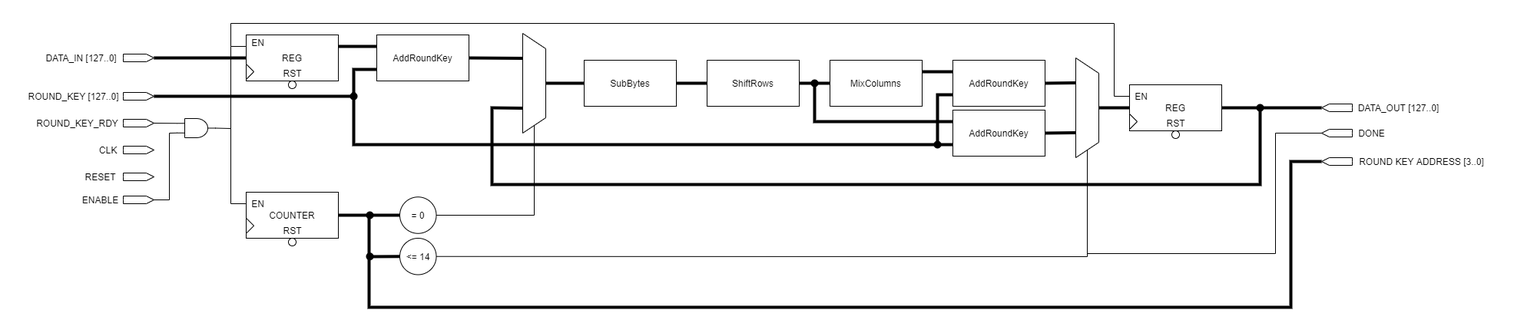
Earlier version of the draw.io export Diagrams/AES_encrypt.png (hohaicongthuan/Project-1). Source tidied: cells renumbered, new cells last; positions are measured from the earlier drawing's top-left corner, leaving out a move shared by most shapes.
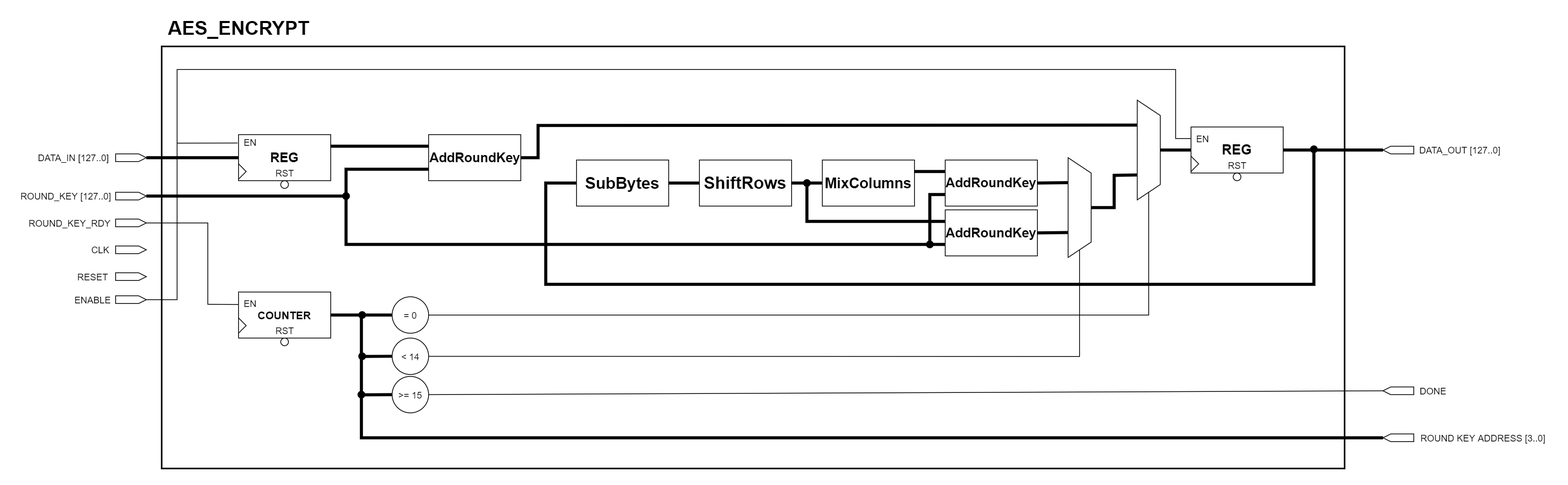
Later version of the same file.

The edit, as a diff of the source:
```diff
@@ -2,6 +2,9 @@
   <root>
     <mxCell id="0" />
     <mxCell id="1" parent="0" />
+    <mxCell id="79" style="rounded=0;whiteSpace=wrap;html=1;strokeWidth=2;fillColor=none;" parent="1" vertex="1">
+      <mxGeometry x="190" y="-100" width="1540" height="550" as="geometry" />
+    </mxCell>
     <mxCell id="2" style="shape=mxgraph.arrows2.arrow;verticalLabelPosition=bottom;shadow=0;dashed=0;align=center;html=1;verticalAlign=top;strokeWidth=1;dy=0;dx=10;notch=0;" parent="1" vertex="1">
       <mxGeometry x="130" y="40" width="40" height="10" as="geometry" />
     </mxCell>
@@ -20,23 +23,23 @@
     <mxCell id="7" value="CLK" style="text;html=1;align=center;verticalAlign=middle;strokeColor=none;" parent="1" vertex="1">
       <mxGeometry x="90" y="155" width="40" height="20" as="geometry" />
     </mxCell>
-    <mxCell id="8" value="AddRoundKey" style="rounded=0;whiteSpace=wrap;html=1;" parent="1" vertex="1">
-      <mxGeometry x="460" y="15" width="120" height="60" as="geometry" />
+    <mxCell id="8" value="&lt;font size=&quot;1&quot;&gt;&lt;b style=&quot;font-size: 17px&quot;&gt;AddRoundKey&lt;/b&gt;&lt;/font&gt;" style="rounded=0;whiteSpace=wrap;html=1;" parent="1" vertex="1">
+      <mxGeometry x="537.5" y="15" width="120" height="60" as="geometry" />
     </mxCell>
-    <mxCell id="9" value="SubBytes" style="rounded=0;whiteSpace=wrap;html=1;" parent="1" vertex="1">
+    <mxCell id="9" value="&lt;font size=&quot;1&quot;&gt;&lt;b style=&quot;font-size: 21px&quot;&gt;SubBytes&lt;/b&gt;&lt;/font&gt;" style="rounded=0;whiteSpace=wrap;html=1;" parent="1" vertex="1">
       <mxGeometry x="730" y="48" width="120" height="60" as="geometry" />
     </mxCell>
-    <mxCell id="10" value="ShiftRows" style="rounded=0;whiteSpace=wrap;html=1;" parent="1" vertex="1">
+    <mxCell id="10" value="&lt;font style=&quot;font-size: 22px&quot;&gt;&lt;b&gt;ShiftRows&lt;/b&gt;&lt;/font&gt;" style="rounded=0;whiteSpace=wrap;html=1;" parent="1" vertex="1">
       <mxGeometry x="890" y="48" width="120" height="60" as="geometry" />
     </mxCell>
-    <mxCell id="11" value="MixColumns" style="rounded=0;whiteSpace=wrap;html=1;" parent="1" vertex="1">
+    <mxCell id="11" value="&lt;font size=&quot;1&quot;&gt;&lt;b style=&quot;font-size: 19px&quot;&gt;MixColumns&lt;/b&gt;&lt;/font&gt;" style="rounded=0;whiteSpace=wrap;html=1;" parent="1" vertex="1">
       <mxGeometry x="1050" y="48" width="120" height="60" as="geometry" />
     </mxCell>
-    <mxCell id="12" value="AddRoundKey" style="rounded=0;whiteSpace=wrap;html=1;" parent="1" vertex="1">
+    <mxCell id="12" value="&lt;font style=&quot;font-size: 17px&quot;&gt;&lt;b&gt;AddRoundKey&lt;/b&gt;&lt;/font&gt;" style="rounded=0;whiteSpace=wrap;html=1;" parent="1" vertex="1">
       <mxGeometry x="1210" y="48" width="120" height="60" as="geometry" />
     </mxCell>
-    <mxCell id="13" value="REG" style="rounded=0;whiteSpace=wrap;html=1;" parent="1" vertex="1">
-      <mxGeometry x="1440" y="80" width="120" height="60" as="geometry" />
+    <mxCell id="13" value="&lt;font style=&quot;font-size: 18px&quot;&gt;&lt;b&gt;REG&lt;/b&gt;&lt;/font&gt;" style="rounded=0;whiteSpace=wrap;html=1;" parent="1" vertex="1">
+      <mxGeometry x="1530" y="5" width="120" height="60" as="geometry" />
     </mxCell>
     <mxCell id="14" style="shape=mxgraph.arrows2.arrow;verticalLabelPosition=bottom;shadow=0;dashed=0;align=center;html=1;verticalAlign=top;strokeWidth=1;dy=0;dx=10;notch=0;" parent="1" vertex="1">
       <mxGeometry x="130" y="125" width="40" height="10" as="geometry" />
@@ -56,21 +59,15 @@
     <mxCell id="19" style="shape=mxgraph.arrows2.arrow;verticalLabelPosition=bottom;shadow=0;dashed=0;align=center;html=1;verticalAlign=top;strokeWidth=1;dy=0;dx=10;notch=0;" parent="1" vertex="1">
       <mxGeometry x="130" y="225" width="40" height="10" as="geometry" />
     </mxCell>
-    <mxCell id="20" value="REG" style="rounded=0;whiteSpace=wrap;html=1;" parent="1" vertex="1">
+    <mxCell id="20" value="&lt;font size=&quot;1&quot;&gt;&lt;b style=&quot;font-size: 17px&quot;&gt;REG&lt;/b&gt;&lt;/font&gt;" style="rounded=0;whiteSpace=wrap;html=1;" parent="1" vertex="1">
       <mxGeometry x="290" y="15" width="120" height="60" as="geometry" />
     </mxCell>
     <mxCell id="21" style="endArrow=none;html=1;exitX=1;exitY=0.25;exitDx=0;exitDy=0;entryX=0;entryY=0.25;entryDx=0;entryDy=0;strokeWidth=4;" parent="1" edge="1" source="20" target="8">
       <mxGeometry relative="1" as="geometry" />
     </mxCell>
     <mxCell id="22" style="shape=trapezoid;perimeter=trapezoidPerimeter;whiteSpace=wrap;html=1;fixedSize=1;direction=south;" parent="1" vertex="1">
-      <mxGeometry x="650" y="13" width="30" height="130" as="geometry" />
+      <mxGeometry x="1460" y="-30" width="30" height="130" as="geometry" />
     </mxCell>
-    <mxCell id="23" style="endArrow=none;html=1;strokeWidth=4;exitX=1;exitY=0.5;exitDx=0;exitDy=0;entryX=0.25;entryY=1;entryDx=0;entryDy=0;" parent="1" edge="1" source="8" target="22">
-      <mxGeometry relative="1" as="geometry" />
-    </mxCell>
-    <mxCell id="24" style="endArrow=none;html=1;strokeWidth=4;exitX=0.5;exitY=0;exitDx=0;exitDy=0;entryX=0;entryY=0.5;entryDx=0;entryDy=0;" parent="1" edge="1" source="22" target="9">
-      <mxGeometry relative="1" as="geometry" />
-    </mxCell>
     <mxCell id="25" style="endArrow=none;html=1;strokeWidth=4;entryX=0;entryY=0.5;entryDx=0;entryDy=0;exitX=1;exitY=0.5;exitDx=0;exitDy=0;" parent="1" edge="1" source="9" target="10">
       <mxGeometry relative="1" as="geometry" />
     </mxCell>
@@ -80,7 +77,7 @@
     <mxCell id="27" style="endArrow=none;html=1;strokeWidth=4;entryX=0;entryY=0.25;entryDx=0;entryDy=0;exitX=1;exitY=0.25;exitDx=0;exitDy=0;" parent="1" edge="1" source="11" target="12">
       <mxGeometry relative="1" as="geometry" />
     </mxCell>
-    <mxCell id="28" value="AddRoundKey" style="rounded=0;whiteSpace=wrap;html=1;" parent="1" vertex="1">
+    <mxCell id="28" value="&lt;font size=&quot;1&quot;&gt;&lt;b style=&quot;font-size: 17px&quot;&gt;AddRoundKey&lt;/b&gt;&lt;/font&gt;" style="rounded=0;whiteSpace=wrap;html=1;" parent="1" vertex="1">
       <mxGeometry x="1210" y="113" width="120" height="60" as="geometry" />
     </mxCell>
     <mxCell id="29" style="shape=trapezoid;perimeter=trapezoidPerimeter;whiteSpace=wrap;html=1;fixedSize=1;direction=south;" parent="1" vertex="1">
@@ -92,22 +89,17 @@
     <mxCell id="31" style="endArrow=none;html=1;strokeWidth=4;entryX=0.75;entryY=1;entryDx=0;entryDy=0;exitX=1;exitY=0.5;exitDx=0;exitDy=0;" parent="1" edge="1" source="28" target="29">
       <mxGeometry relative="1" as="geometry" />
     </mxCell>
-    <mxCell id="32" style="endArrow=none;html=1;strokeWidth=4;entryX=0;entryY=0.5;entryDx=0;entryDy=0;exitX=0.5;exitY=0;exitDx=0;exitDy=0;" parent="1" edge="1" source="29" target="13">
-      <mxGeometry relative="1" as="geometry" />
+    <mxCell id="32" style="endArrow=none;html=1;strokeWidth=4;entryX=0.75;entryY=1;entryDx=0;entryDy=0;exitX=0.5;exitY=0;exitDx=0;exitDy=0;rounded=0;" parent="1" edge="1" source="29" target="22">
+      <mxGeometry relative="1" as="geometry">
+        <Array as="points">
+          <mxPoint x="1430" y="110" />
+          <mxPoint x="1430" y="68" />
+        </Array>
+      </mxGeometry>
     </mxCell>
     <mxCell id="33" style="endArrow=none;html=1;strokeWidth=4;exitX=1;exitY=0.5;exitDx=0;exitDy=0;entryX=1;entryY=0.5;entryDx=0;entryDy=0;entryPerimeter=0;" parent="1" edge="1" source="13" target="49">
       <mxGeometry relative="1" as="geometry" />
     </mxCell>
-    <mxCell id="34" style="endArrow=none;html=1;strokeWidth=4;rounded=0;exitX=0.75;exitY=1;exitDx=0;exitDy=0;" parent="1" edge="1" source="22">
-      <mxGeometry relative="1" as="geometry">
-        <mxPoint x="1610" y="110" as="targetPoint" />
-        <Array as="points">
-          <mxPoint x="610" y="110" />
-          <mxPoint x="610" y="210" />
-          <mxPoint x="1610" y="210" />
-        </Array>
-      </mxGeometry>
-    </mxCell>
     <mxCell id="35" style="endArrow=none;html=1;strokeWidth=4;entryX=0;entryY=0.25;entryDx=0;entryDy=0;rounded=0;" parent="1" edge="1" target="28">
       <mxGeometry relative="1" as="geometry">
         <mxPoint x="1030" y="80" as="sourcePoint" />
@@ -143,72 +135,50 @@
         </Array>
       </mxGeometry>
     </mxCell>
-    <mxCell id="40" style="verticalLabelPosition=bottom;shadow=0;dashed=0;align=center;html=1;verticalAlign=top;shape=mxgraph.electrical.logic_gates.logic_gate;operation=and;" parent="1" vertex="1">
-      <mxGeometry x="200" y="124" width="50" height="25" as="geometry" />
-    </mxCell>
-    <mxCell id="41" style="endArrow=none;html=1;strokeWidth=1;exitX=1;exitY=0.5;exitDx=0;exitDy=0;exitPerimeter=0;entryX=0;entryY=0.25;entryDx=0;entryDy=0;entryPerimeter=0;" parent="1" edge="1" source="14" target="40">
-      <mxGeometry relative="1" as="geometry" />
+    <mxCell id="41" style="endArrow=none;html=1;strokeWidth=1;exitX=1;exitY=0.5;exitDx=0;exitDy=0;exitPerimeter=0;entryX=-0.017;entryY=0.567;entryDx=0;entryDy=0;entryPerimeter=0;rounded=0;" parent="1" edge="1" source="14" target="67">
+      <mxGeometry relative="1" as="geometry">
+        <Array as="points">
+          <mxPoint x="250" y="130" />
+          <mxPoint x="250" y="236" />
+        </Array>
+      </mxGeometry>
     </mxCell>
-    <mxCell id="42" style="endArrow=none;html=1;strokeWidth=1;exitX=1;exitY=0.5;exitDx=0;exitDy=0;exitPerimeter=0;entryX=0;entryY=0.75;entryDx=0;entryDy=0;entryPerimeter=0;rounded=0;" parent="1" edge="1" source="19" target="40">
-      <mxGeometry relative="1" as="geometry">
-        <Array as="points">
-          <mxPoint x="190" y="230" />
-          <mxPoint x="190" y="143" />
-        </Array>
-      </mxGeometry>
-    </mxCell>
-    <mxCell id="43" style="endArrow=none;html=1;strokeWidth=1;entryX=0;entryY=0.25;entryDx=0;entryDy=0;exitX=1;exitY=0.5;exitDx=0;exitDy=0;exitPerimeter=0;rounded=0;" parent="1" edge="1" source="40" target="20">
-      <mxGeometry relative="1" as="geometry">
-        <Array as="points">
-          <mxPoint x="270" y="137" />
-          <mxPoint x="270" y="30" />
-        </Array>
-      </mxGeometry>
-    </mxCell>
     <mxCell id="44" value="EN" style="text;html=1;align=center;verticalAlign=middle;points=[];strokeColor=none;" parent="1" vertex="1">
       <mxGeometry x="290" y="15" width="30" height="20" as="geometry" />
     </mxCell>
-    <mxCell id="45" style="endArrow=none;html=1;strokeWidth=1;entryX=0;entryY=0.25;entryDx=0;entryDy=0;rounded=0;" parent="1" edge="1" target="13">
+    <mxCell id="45" style="endArrow=none;html=1;strokeWidth=1;entryX=0;entryY=0.25;entryDx=0;entryDy=0;rounded=0;exitX=1;exitY=0.5;exitDx=0;exitDy=0;exitPerimeter=0;" parent="1" edge="1" source="19" target="13">
       <mxGeometry relative="1" as="geometry">
-        <mxPoint x="270" y="30" as="sourcePoint" />
         <Array as="points">
-          <mxPoint x="270" />
-          <mxPoint x="1420" />
-          <mxPoint x="1420" y="95" />
+          <mxPoint x="210" y="230" />
+          <mxPoint x="210" y="-70" />
+          <mxPoint x="1510" y="-70" />
+          <mxPoint x="1510" y="20" />
         </Array>
       </mxGeometry>
     </mxCell>
     <mxCell id="46" value="EN" style="text;html=1;align=center;verticalAlign=middle;strokeColor=none;" parent="1" vertex="1">
-      <mxGeometry x="1440" y="85" width="30" height="20" as="geometry" />
+      <mxGeometry x="1530" y="10" width="30" height="20" as="geometry" />
     </mxCell>
-    <mxCell id="47" value="COUNTER" style="rounded=0;whiteSpace=wrap;html=1;" parent="1" vertex="1">
+    <mxCell id="47" value="&lt;b&gt;&lt;font style=&quot;font-size: 14px&quot;&gt;COUNTER&lt;/font&gt;&lt;/b&gt;" style="rounded=0;whiteSpace=wrap;html=1;" parent="1" vertex="1">
       <mxGeometry x="290" y="220" width="120" height="60" as="geometry" />
     </mxCell>
-    <mxCell id="48" style="endArrow=none;html=1;strokeWidth=1;entryX=0;entryY=0.25;entryDx=0;entryDy=0;rounded=0;" parent="1" edge="1" target="47">
-      <mxGeometry relative="1" as="geometry">
-        <mxPoint x="270" y="130" as="sourcePoint" />
-        <Array as="points">
-          <mxPoint x="270" y="235" />
-        </Array>
-      </mxGeometry>
-    </mxCell>
     <mxCell id="49" style="shape=mxgraph.arrows2.arrow;verticalLabelPosition=bottom;shadow=0;dashed=0;align=center;html=1;verticalAlign=top;strokeWidth=1;dy=0;dx=10;notch=0;flipH=1;" parent="1" vertex="1">
-      <mxGeometry x="1690" y="105" width="40" height="10" as="geometry" />
+      <mxGeometry x="1780" y="30" width="40" height="10" as="geometry" />
     </mxCell>
     <mxCell id="50" value="DATA_OUT [127..0]" style="text;html=1;align=center;verticalAlign=middle;strokeColor=none;" parent="1" vertex="1">
-      <mxGeometry x="1730" y="100" width="120" height="20" as="geometry" />
+      <mxGeometry x="1820" y="25" width="120" height="20" as="geometry" />
     </mxCell>
     <mxCell id="51" style="shape=mxgraph.arrows2.arrow;verticalLabelPosition=bottom;shadow=0;dashed=0;align=center;html=1;verticalAlign=top;strokeWidth=1;dy=0;dx=10;notch=0;flipH=1;" parent="1" vertex="1">
-      <mxGeometry x="1690" y="138" width="40" height="10" as="geometry" />
+      <mxGeometry x="1780" y="343.8" width="40" height="10" as="geometry" />
     </mxCell>
     <mxCell id="52" value="DONE" style="text;html=1;align=center;verticalAlign=middle;strokeColor=none;" parent="1" vertex="1">
-      <mxGeometry x="1730" y="133" width="50" height="20" as="geometry" />
+      <mxGeometry x="1820" y="338.8" width="50" height="20" as="geometry" />
     </mxCell>
     <mxCell id="53" style="shape=mxgraph.arrows2.arrow;verticalLabelPosition=bottom;shadow=0;dashed=0;align=center;html=1;verticalAlign=top;strokeWidth=1;dy=0;dx=10;notch=0;flipH=1;" parent="1" vertex="1">
-      <mxGeometry x="1690" y="175" width="40" height="10" as="geometry" />
+      <mxGeometry x="1780" y="405" width="40" height="10" as="geometry" />
     </mxCell>
     <mxCell id="54" value="ROUND KEY ADDRESS [3..0]" style="text;html=1;align=center;verticalAlign=middle;strokeColor=none;" parent="1" vertex="1">
-      <mxGeometry x="1730" y="170" width="180" height="20" as="geometry" />
+      <mxGeometry x="1820" y="400" width="180" height="20" as="geometry" />
     </mxCell>
     <mxCell id="55" style="ellipse;whiteSpace=wrap;html=1;strokeColor=none;fillColor=#000000;" parent="1" vertex="1">
       <mxGeometry x="1185" y="153" width="10" height="10" as="geometry" />
@@ -219,25 +189,15 @@
     <mxCell id="57" style="ellipse;whiteSpace=wrap;html=1;strokeColor=none;fillColor=#000000;" parent="1" vertex="1">
       <mxGeometry x="425" y="90" width="10" height="10" as="geometry" />
     </mxCell>
-    <mxCell id="58" style="ellipse;whiteSpace=wrap;html=1;strokeColor=none;fillColor=#000000;" parent="1" vertex="1">
-      <mxGeometry x="1605" y="105" width="10" height="10" as="geometry" />
-    </mxCell>
     <mxCell id="59" style="endArrow=none;html=1;strokeWidth=4;exitX=1;exitY=0.5;exitDx=0;exitDy=0;" parent="1" edge="1" source="47" target="60">
       <mxGeometry relative="1" as="geometry" />
     </mxCell>
     <mxCell id="60" value="= 0" style="ellipse;whiteSpace=wrap;html=1;fillColor=#FFFFFF;" parent="1" vertex="1">
       <mxGeometry x="490" y="226.2" width="47.5" height="47.5" as="geometry" />
     </mxCell>
-    <mxCell id="61" value="&amp;lt;= 14" style="ellipse;whiteSpace=wrap;html=1;fillColor=#FFFFFF;" parent="1" vertex="1">
+    <mxCell id="61" value="&amp;lt; 14" style="ellipse;whiteSpace=wrap;html=1;fillColor=#FFFFFF;" parent="1" vertex="1">
       <mxGeometry x="490" y="280" width="47.5" height="47.5" as="geometry" />
     </mxCell>
-    <mxCell id="62" style="endArrow=none;html=1;strokeWidth=1;rounded=0;entryX=1;entryY=0.5;entryDx=0;entryDy=0;exitX=1;exitY=0.5;exitDx=0;exitDy=0;" parent="1" edge="1" source="60" target="22">
-      <mxGeometry relative="1" as="geometry">
-        <Array as="points">
-          <mxPoint x="665" y="250" />
-        </Array>
-      </mxGeometry>
-    </mxCell>
     <mxCell id="63" style="endArrow=none;html=1;strokeWidth=1;exitX=1;exitY=0.5;exitDx=0;exitDy=0;entryX=1;entryY=0.5;entryDx=0;entryDy=0;rounded=0;" parent="1" edge="1" source="61" target="29">
       <mxGeometry relative="1" as="geometry">
         <Array as="points">
@@ -257,20 +217,14 @@
       <mxGeometry relative="1" as="geometry">
         <mxPoint x="450" y="300" as="sourcePoint" />
         <Array as="points">
-          <mxPoint x="450" y="370" />
-          <mxPoint x="1650" y="370" />
-          <mxPoint x="1650" y="180" />
+          <mxPoint x="450" y="410" />
+          <mxPoint x="1650" y="410" />
+          <mxPoint x="1690" y="410" />
         </Array>
       </mxGeometry>
     </mxCell>
-    <mxCell id="66" style="endArrow=none;html=1;strokeWidth=1;entryX=1;entryY=0.5;entryDx=0;entryDy=0;entryPerimeter=0;rounded=0;" parent="1" edge="1" target="51">
-      <mxGeometry relative="1" as="geometry">
-        <mxPoint x="1385" y="300" as="sourcePoint" />
-        <Array as="points">
-          <mxPoint x="1630" y="300" />
-          <mxPoint x="1630" y="143" />
-        </Array>
-      </mxGeometry>
+    <mxCell id="66" style="endArrow=none;html=1;strokeWidth=1;entryX=1;entryY=0.5;entryDx=0;entryDy=0;entryPerimeter=0;rounded=0;exitX=1;exitY=0.5;exitDx=0;exitDy=0;" parent="1" edge="1" source="81" target="51">
+      <mxGeometry relative="1" as="geometry" />
     </mxCell>
     <mxCell id="67" value="EN" style="text;html=1;align=center;verticalAlign=middle;points=[];strokeColor=none;" parent="1" vertex="1">
       <mxGeometry x="290" y="225" width="30" height="20" as="geometry" />
@@ -288,10 +242,10 @@
       <mxGeometry x="290" y="253.8" width="10" height="20" as="geometry" />
     </mxCell>
     <mxCell id="72" style="triangle;whiteSpace=wrap;html=1;fillColor=#FFFFFF;" parent="1" vertex="1">
-      <mxGeometry x="1440" y="118" width="10" height="20" as="geometry" />
+      <mxGeometry x="1530" y="43" width="10" height="20" as="geometry" />
     </mxCell>
     <mxCell id="73" value="RST" style="text;html=1;align=center;verticalAlign=middle;strokeColor=none;" parent="1" vertex="1">
-      <mxGeometry x="1480" y="120" width="40" height="20" as="geometry" />
+      <mxGeometry x="1570" y="45" width="40" height="20" as="geometry" />
     </mxCell>
     <mxCell id="74" style="ellipse;whiteSpace=wrap;html=1;fillColor=#FFFFFF;" parent="1" vertex="1">
       <mxGeometry x="345" y="75" width="10" height="10" as="geometry" />
@@ -300,7 +254,7 @@
       <mxGeometry x="345" y="280" width="10" height="10" as="geometry" />
     </mxCell>
     <mxCell id="76" style="ellipse;whiteSpace=wrap;html=1;fillColor=#FFFFFF;" parent="1" vertex="1">
-      <mxGeometry x="1495" y="140" width="10" height="10" as="geometry" />
+      <mxGeometry x="1585" y="65" width="10" height="10" as="geometry" />
     </mxCell>
     <mxCell id="77" style="ellipse;whiteSpace=wrap;html=1;strokeColor=none;fillColor=#000000;" parent="1" vertex="1">
       <mxGeometry x="446" y="245" width="10" height="10" as="geometry" />
@@ -308,5 +262,55 @@
     <mxCell id="78" style="ellipse;whiteSpace=wrap;html=1;strokeColor=none;fillColor=#000000;" parent="1" vertex="1">
       <mxGeometry x="446" y="298.8" width="10" height="10" as="geometry" />
     </mxCell>
+    <mxCell id="80" style="endArrow=none;html=1;entryX=-0.038;entryY=0.543;entryDx=0;entryDy=0;entryPerimeter=0;" parent="1" edge="1" target="44">
+      <mxGeometry relative="1" as="geometry">
+        <mxPoint x="210" y="26" as="sourcePoint" />
+      </mxGeometry>
+    </mxCell>
+    <mxCell id="81" value="&amp;gt;= 15" style="ellipse;whiteSpace=wrap;html=1;fillColor=#FFFFFF;" parent="1" vertex="1">
+      <mxGeometry x="490" y="330" width="47.5" height="47.5" as="geometry" />
+    </mxCell>
+    <mxCell id="82" style="endArrow=none;html=1;strokeWidth=4;entryX=0;entryY=0.5;entryDx=0;entryDy=0;" parent="1" edge="1" target="81">
+      <mxGeometry relative="1" as="geometry">
+        <mxPoint x="450" y="354" as="sourcePoint" />
+      </mxGeometry>
+    </mxCell>
+    <mxCell id="83" style="ellipse;whiteSpace=wrap;html=1;strokeColor=none;fillColor=#000000;" parent="1" vertex="1">
+      <mxGeometry x="445" y="348.8" width="10" height="10" as="geometry" />
+    </mxCell>
+    <mxCell id="23" style="endArrow=none;html=1;strokeWidth=4;exitX=1;exitY=0.5;exitDx=0;exitDy=0;entryX=0.25;entryY=1;entryDx=0;entryDy=0;rounded=0;" parent="1" edge="1" source="8" target="22">
+      <mxGeometry relative="1" as="geometry">
+        <Array as="points">
+          <mxPoint x="680" y="45" />
+          <mxPoint x="680" y="3" />
+        </Array>
+      </mxGeometry>
+    </mxCell>
+    <mxCell id="84" style="endArrow=none;html=1;strokeWidth=4;exitX=0.5;exitY=0;exitDx=0;exitDy=0;entryX=0;entryY=0.5;entryDx=0;entryDy=0;" parent="1" edge="1" source="22" target="13">
+      <mxGeometry relative="1" as="geometry" />
+    </mxCell>
+    <mxCell id="85" style="endArrow=none;html=1;strokeWidth=4;exitX=0;exitY=0.5;exitDx=0;exitDy=0;rounded=0;" parent="1" edge="1" source="9">
+      <mxGeometry relative="1" as="geometry">
+        <mxPoint x="1690" y="30" as="targetPoint" />
+        <Array as="points">
+          <mxPoint x="690" y="78" />
+          <mxPoint x="690" y="210" />
+          <mxPoint x="1690" y="210" />
+        </Array>
+      </mxGeometry>
+    </mxCell>
+    <mxCell id="86" style="ellipse;whiteSpace=wrap;html=1;strokeColor=none;fillColor=#000000;" parent="1" vertex="1">
+      <mxGeometry x="1685" y="29" width="10" height="10" as="geometry" />
+    </mxCell>
+    <mxCell id="62" style="endArrow=none;html=1;strokeWidth=1;exitX=1;exitY=0.5;exitDx=0;exitDy=0;entryX=1;entryY=0.5;entryDx=0;entryDy=0;rounded=0;" parent="1" edge="1" source="60" target="22">
+      <mxGeometry relative="1" as="geometry">
+        <Array as="points">
+          <mxPoint x="1475" y="250" />
+        </Array>
+      </mxGeometry>
+    </mxCell>
+    <mxCell id="87" value="&lt;font size=&quot;1&quot;&gt;&lt;b style=&quot;font-size: 25px&quot;&gt;AES_ENCRYPT&lt;/b&gt;&lt;/font&gt;" style="text;html=1;align=center;verticalAlign=middle;strokeColor=none;" parent="1" vertex="1">
+      <mxGeometry x="190" y="-140" width="200" height="30" as="geometry" />
+    </mxCell>
   </root>
 </mxGraphModel>
```
